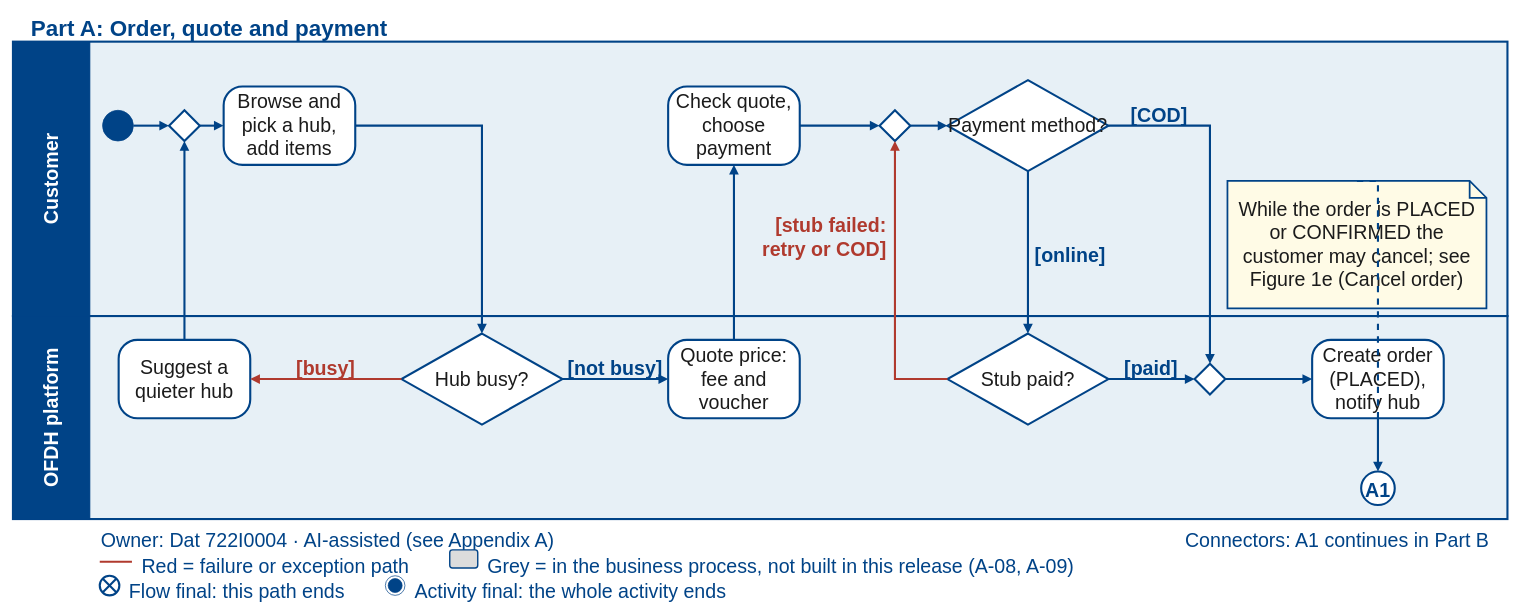
Earlier version of the draw.io diagram page "Part A" (2 of 6) of docs/part1/models/SaigonBite_Business_Process.drawio (Dat071104/SaigonBite). Source tidied: cells renumbered, new cells numbered last; positions are measured from the earlier drawing's top-left corner, leaving out a move shared by most shapes. Both pictures are drawn from the tidied source at 70%, with x=0, y=0 at pixel (13, 12).
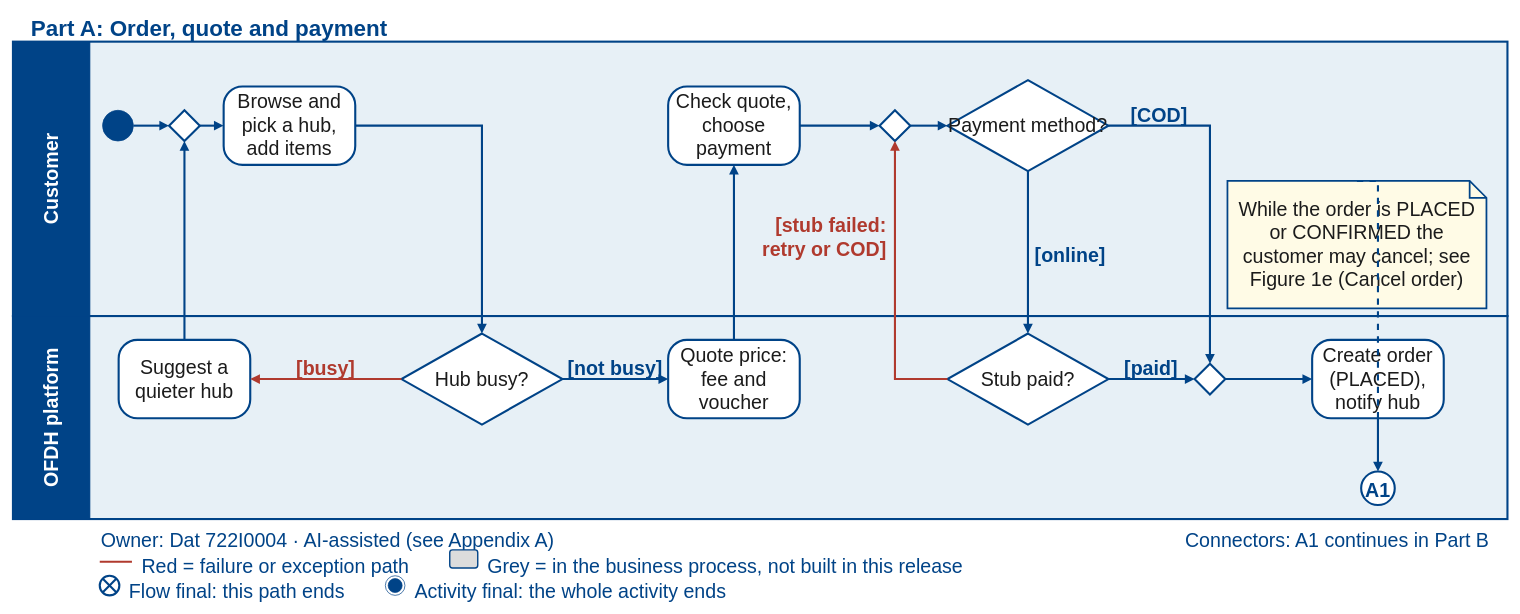
Above is the later version.

What changed in the source:
```diff
@@
-    <mxCell id="48" value="Grey = in the business process, not built in this release (A-08, A-09)" style="text;html=0;align=left;verticalAlign=middle;strokeColor=none;fillColor=none;fontSize=28;fontColor=#004387;" parent="1" vertex="1">
-      <mxGeometry x="676" y="772" width="848" height="32" as="geometry" />
+    <mxCell id="48" value="Grey = in the business process, not built in this release" style="text;html=0;align=left;verticalAlign=middle;strokeColor=none;fillColor=none;fontSize=28;fontColor=#004387;" parent="1" vertex="1">
+      <mxGeometry x="676" y="772" width="690" height="32" as="geometry" />
     </mxCell>
```
